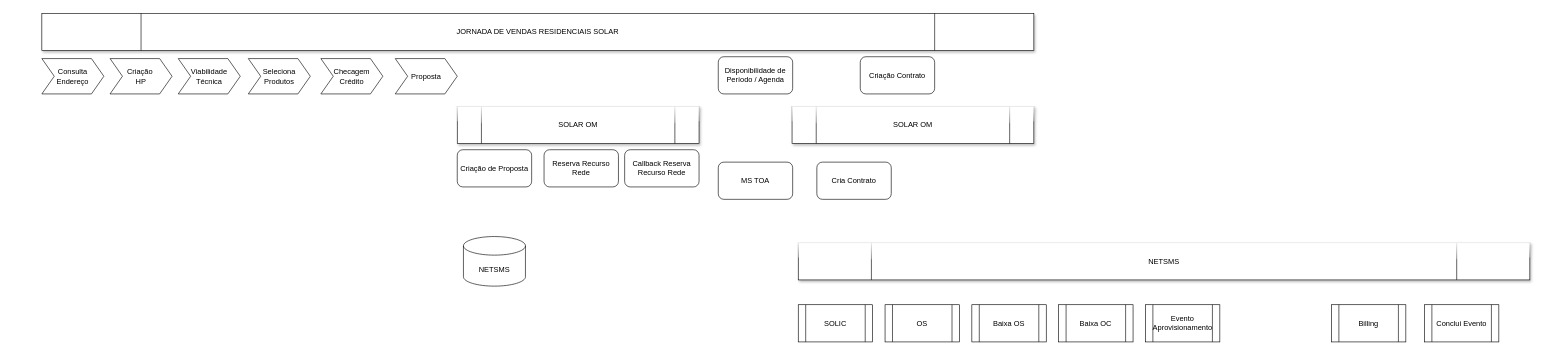
Earlier version of the draw.io diagram 00 Jornada de Vendas Solar.drawio (samirali/ClaroBrasil). Source tidied: cells renumbered, new cells numbered last; positions are measured from the earlier drawing's top-left corner, leaving out a move shared by most shapes. Both pictures are drawn from the tidied source at 62%, with x=0, y=0 at pixel (42, 13).
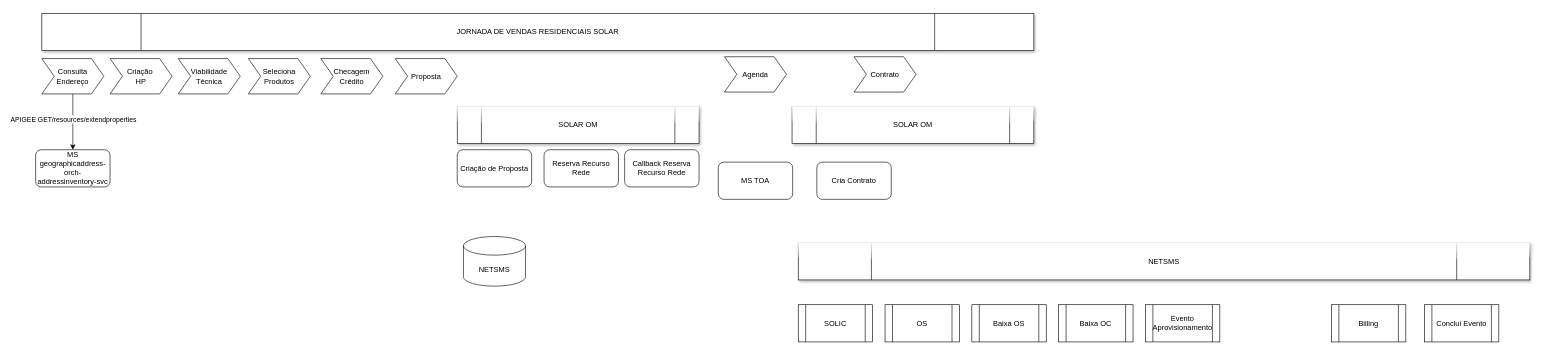
The same page after the edit.

Unchanged cells that the change refers to:
```xml
<mxCell id="21" value="Consulta Endereço" style="shape=step;perimeter=stepPerimeter;fixedSize=1;points=[];whiteSpace=wrap;html=1;" parent="1" vertex="1">
  <mxGeometry y="73" width="100" height="57" as="geometry" />
</mxCell>
```

Diff of the diagram source:
```diff
@@
-    <mxCell id="8" value="Disponibilidade de Período / Agenda" style="rounded=1;whiteSpace=wrap;html=1;" parent="1" vertex="1">
-      <mxGeometry x="1091" y="70" width="120" height="60" as="geometry" />
-    </mxCell>
@@
-    <mxCell id="11" value="Criação Contrato" style="rounded=1;whiteSpace=wrap;html=1;" parent="1" vertex="1">
-      <mxGeometry x="1320" y="70" width="120" height="60" as="geometry" />
-    </mxCell>
@@
+    <mxCell id="27" style="edgeStyle=orthogonalEdgeStyle;rounded=0;jettySize=auto;html=1;entryX=0.5;entryY=0;entryDx=0;entryDy=0;" parent="1" edge="1" source="21" target="31">
+      <mxGeometry relative="1" as="geometry" />
+    </mxCell>
+    <mxCell id="28" value="APIGEE GET/resources/extendproperties" style="edgeLabel;html=1;align=center;verticalAlign=middle;" parent="27" vertex="1">
+      <mxGeometry x="-0.12" y="-1" relative="1" as="geometry">
+        <mxPoint x="1" as="offset" />
+      </mxGeometry>
+    </mxCell>
@@
+    <mxCell id="29" value="Agenda" style="shape=step;perimeter=stepPerimeter;fixedSize=1;whiteSpace=wrap;html=1;" parent="1" vertex="1">
+      <mxGeometry x="1101" y="70" width="100" height="57" as="geometry" />
+    </mxCell>
+    <mxCell id="30" value="Contrato" style="shape=step;perimeter=stepPerimeter;fixedSize=1;whiteSpace=wrap;html=1;" parent="1" vertex="1">
+      <mxGeometry x="1310" y="70" width="100" height="57" as="geometry" />
+    </mxCell>
+    <mxCell id="31" value="MS geographicaddress-orch-addressinventory-svc" style="rounded=1;whiteSpace=wrap;html=1;" parent="1" vertex="1">
+      <mxGeometry x="-10" y="220" width="120" height="60" as="geometry" />
+    </mxCell>
```
